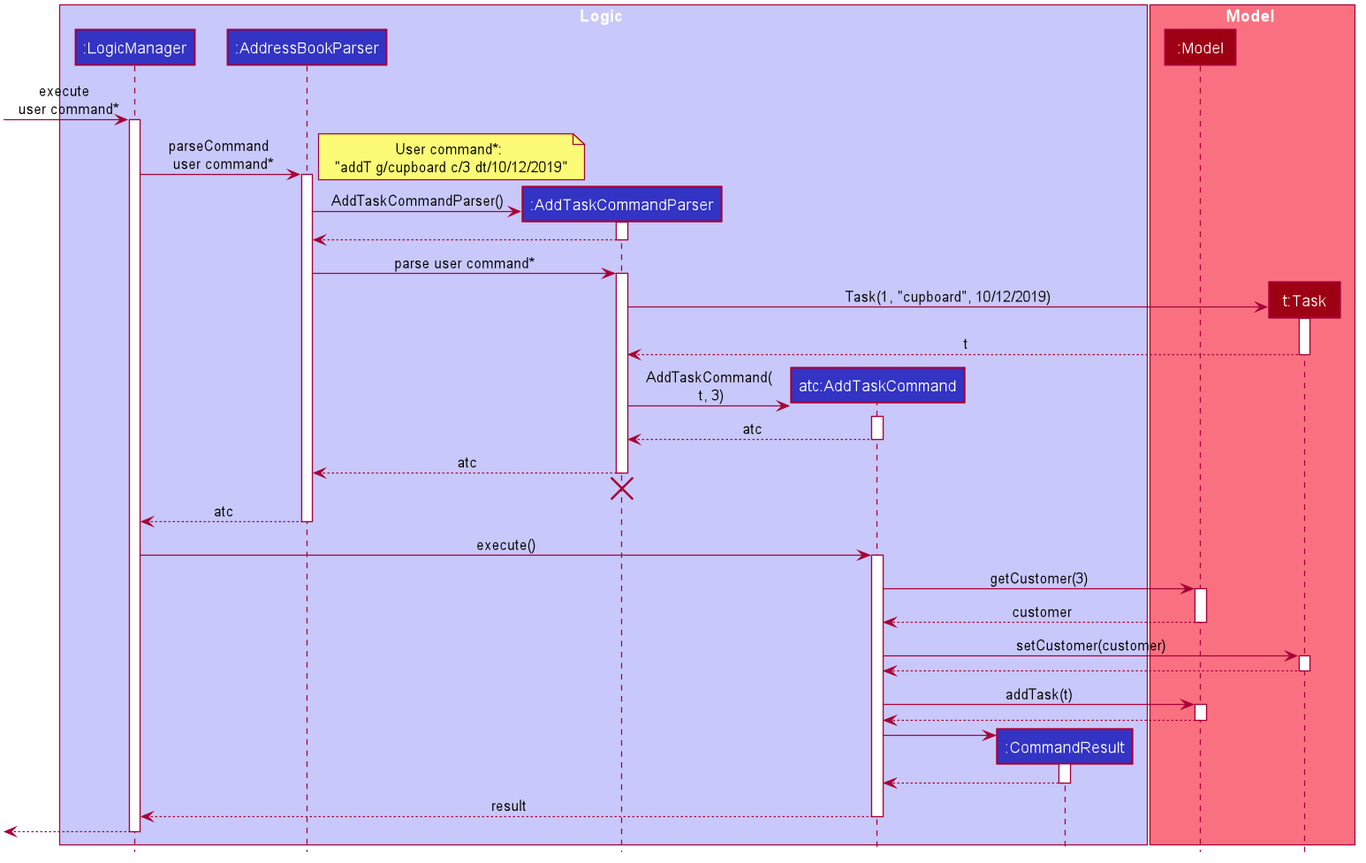
Above: images/AddTaskCommand.png in AY1920S1-CS2103-F14-4/main (PlantUML), before the change.
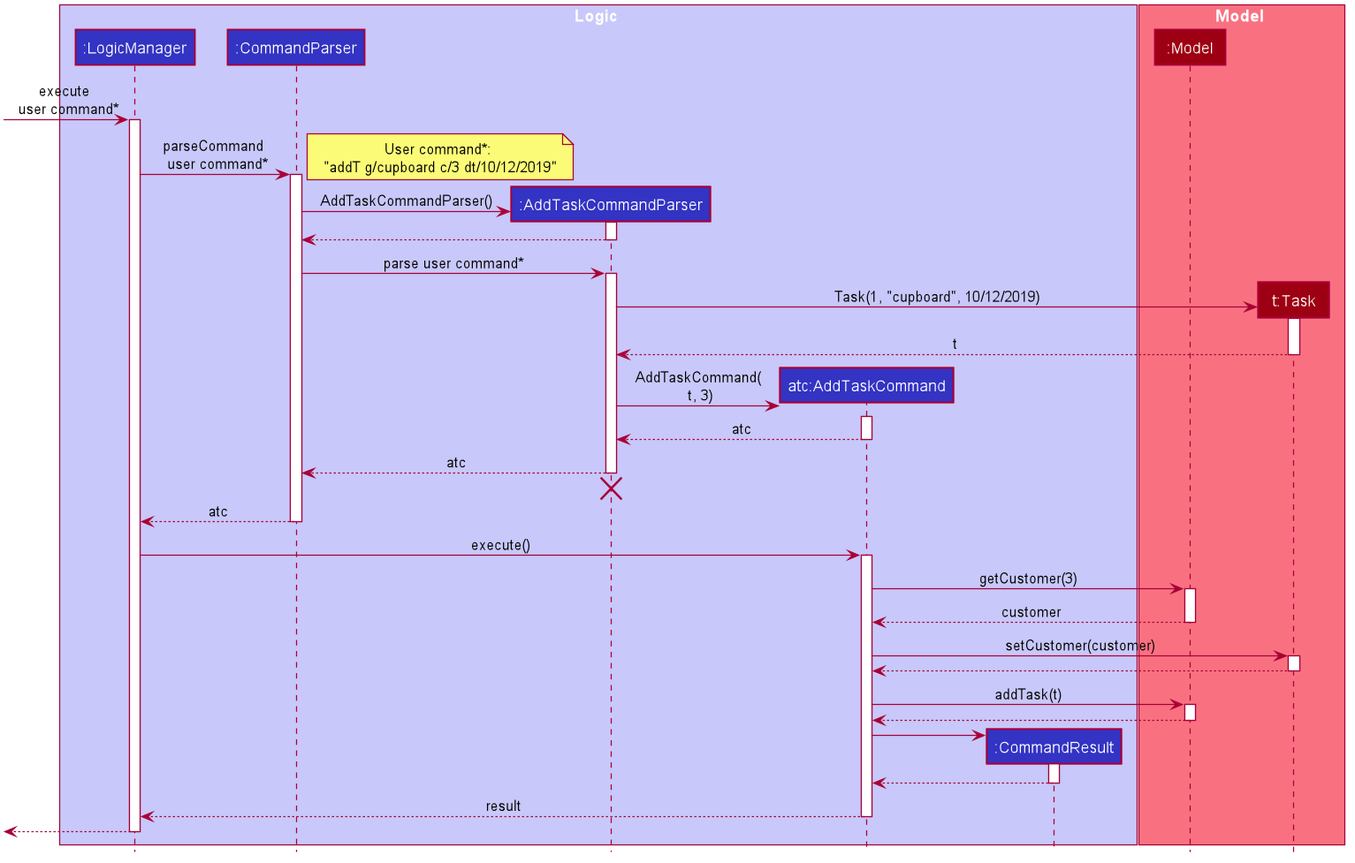
Later version of the same file.

What changed in the source:
```diff
@@ -53,7 +53,7 @@
 
 box Logic #C8C8FA
 participant ":LogicManager" as LogicManager #3333C4
-participant ":AddressBookParser" as AddressBookParser #3333C4
+participant ":CommandParser" as CommandParser #3333C4
 participant ":AddTaskCommandParser" as AddTaskCommandParser #3333C4
 participant "atc:AddTaskCommand" as AddTaskCommand #3333C4
 participant ":CommandResult" as CommandResult #3333C4
@@ -67,18 +67,18 @@
 [-> LogicManager : execute \n user command*
 activate LogicManager
 
-LogicManager -> AddressBookParser : parseCommand \n user command*
-activate AddressBookParser
+LogicManager -> CommandParser : parseCommand \n user command*
+activate CommandParser
 note right : User command*: \n"addT g/cupboard c/3 dt/10/12/2019"
 
 create AddTaskCommandParser
-AddressBookParser -> AddTaskCommandParser : AddTaskCommandParser()
+CommandParser -> AddTaskCommandParser : AddTaskCommandParser()
 activate AddTaskCommandParser
 
-AddTaskCommandParser --> AddressBookParser
+AddTaskCommandParser --> CommandParser
 deactivate AddTaskCommandParser
 
-AddressBookParser -> AddTaskCommandParser : parse user command*
+CommandParser -> AddTaskCommandParser : parse user command*
 activate AddTaskCommandParser
 
 create Task
@@ -95,13 +95,13 @@
 AddTaskCommand --> AddTaskCommandParser : atc
 deactivate AddTaskCommand
 
-AddTaskCommandParser --> AddressBookParser : atc
+AddTaskCommandParser --> CommandParser : atc
 deactivate AddTaskCommandParser
-AddTaskCommandParser -[hidden]-> AddressBookParser
+AddTaskCommandParser -[hidden]-> CommandParser
 destroy AddTaskCommandParser
 
-AddressBookParser --> LogicManager : atc
-deactivate AddressBookParser
+CommandParser --> LogicManager : atc
+deactivate CommandParser
 
 LogicManager -> AddTaskCommand : execute()
 activate AddTaskCommand
```
